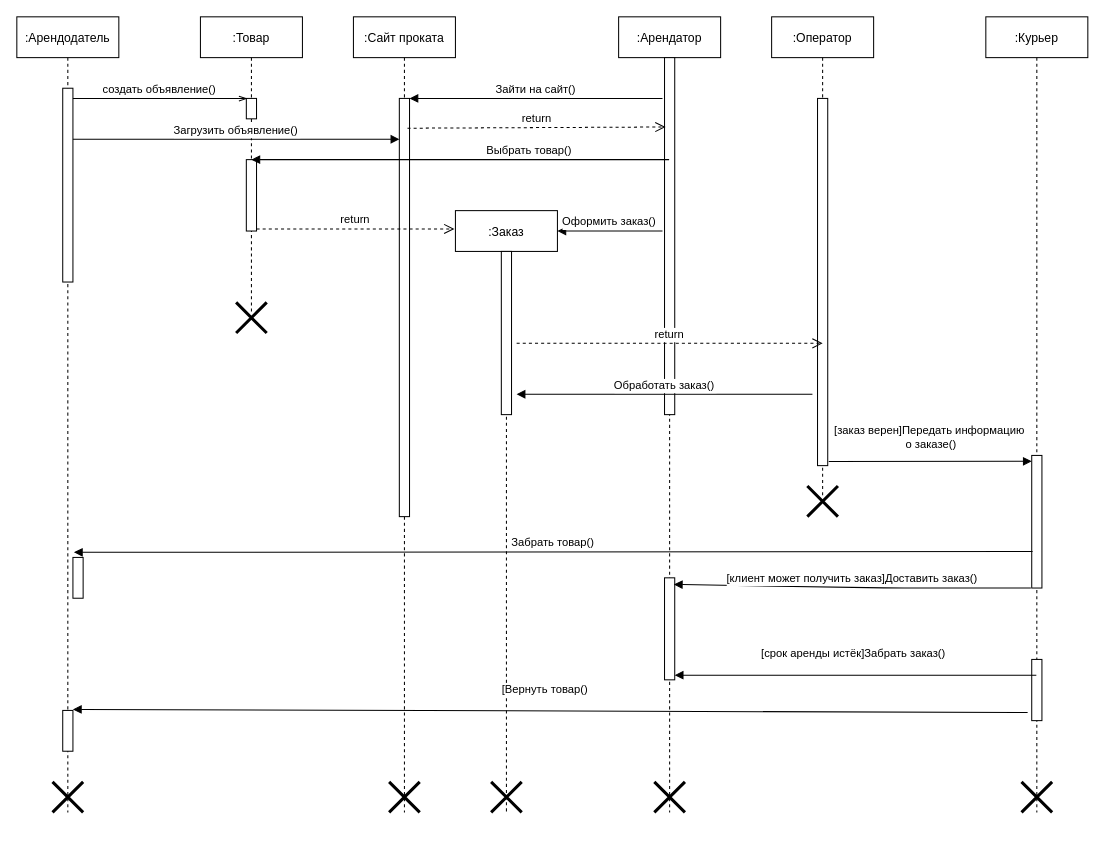
Above: Lab5/Lab5.drawio in BozrikovDanila/ModelingOfProcessesAndSystems (draw.io), before the change. Source tidied: cells renumbered, new cells numbered last; positions are measured from the earlier drawing's top-left corner, leaving out a move shared by most shapes. Both pictures are drawn from the tidied source at 102%, with x=0, y=0 at pixel (16, 16).
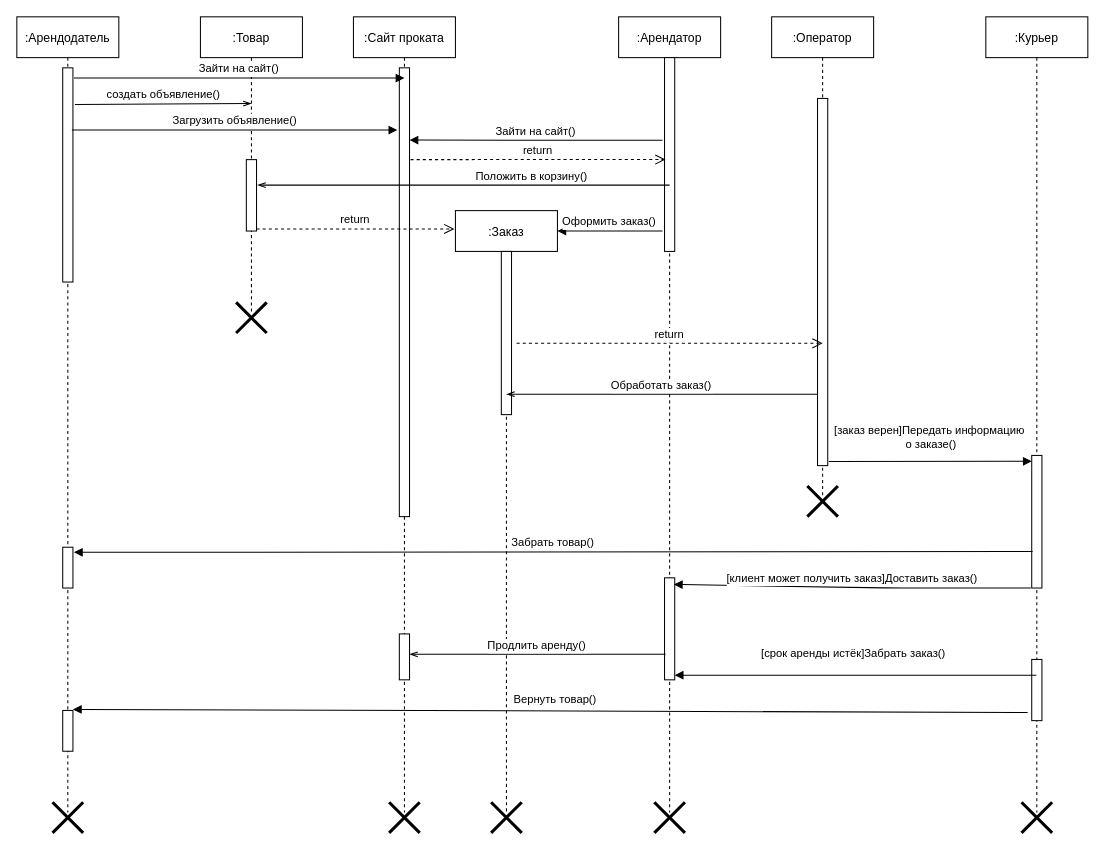
The same diagram, later.

Unchanged cells that the change refers to:
```xml
<mxCell id="2" value=":Арендодатель" style="shape=umlLifeline;perimeter=lifelinePerimeter;rounded=0;shadow=0;strokeWidth=1;" parent="1" vertex="1">
  <mxGeometry width="100" height="780" as="geometry" />
</mxCell>
<mxCell id="9" value=":Арендатор" style="shape=umlLifeline;perimeter=lifelinePerimeter;rounded=0;shadow=0;strokeWidth=1;" parent="1" vertex="1">
  <mxGeometry x="590" width="100" height="780" as="geometry" />
</mxCell>
<mxCell id="18" value=":Сайт проката" style="shape=umlLifeline;perimeter=lifelinePerimeter;rounded=0;shadow=0;strokeWidth=1;" parent="1" vertex="1">
  <mxGeometry x="330" width="100" height="780" as="geometry" />
</mxCell>
<mxCell id="22" style="points=[];perimeter=orthogonalPerimeter;rounded=0;shadow=0;strokeWidth=1;" parent="1" vertex="1">
  <mxGeometry x="225" y="140" width="10" height="70" as="geometry" />
</mxCell>
<mxCell id="31" style="points=[];perimeter=orthogonalPerimeter;rounded=0;shadow=0;strokeWidth=1;" parent="1" vertex="1">
  <mxGeometry x="45" y="680" width="10" height="40" as="geometry" />
</mxCell>
<mxCell id="32" style="points=[];perimeter=orthogonalPerimeter;rounded=0;shadow=0;strokeWidth=1;" parent="1" vertex="1">
  <mxGeometry x="635" y="550" width="10" height="100" as="geometry" />
</mxCell>
<mxCell id="34" style="points=[];perimeter=orthogonalPerimeter;rounded=0;shadow=0;strokeWidth=1;" parent="1" vertex="1">
  <mxGeometry x="995" y="630" width="10" height="60" as="geometry" />
</mxCell>
```

Change to the diagram source:
```diff
@@
     <mxCell id="3" style="points=[];perimeter=orthogonalPerimeter;rounded=0;shadow=0;strokeWidth=1;" parent="2" vertex="1">
-      <mxGeometry x="45" y="70" width="10" height="190" as="geometry" />
+      <mxGeometry x="45" y="50" width="10" height="210" as="geometry" />
     </mxCell>
     <mxCell id="4" style="shape=umlDestroy;whiteSpace=wrap;html=1;strokeWidth=3;" parent="2" vertex="1">
-      <mxGeometry x="35" y="750" width="30" height="30" as="geometry" />
+      <mxGeometry x="35" y="770" width="30" height="30" as="geometry" />
     </mxCell>
@@
-    <mxCell id="7" value="создать объявление()" style="verticalAlign=bottom;endArrow=openThin;shadow=0;strokeWidth=1;endFill=0;entryX=0.083;entryY=0.009;entryDx=0;entryDy=0;entryPerimeter=0;" parent="1" edge="1" source="3" target="8">
-      <mxGeometry relative="1" as="geometry" />
+    <mxCell id="7" value="создать объявление()" style="verticalAlign=bottom;endArrow=openThin;shadow=0;strokeWidth=1;endFill=0;exitX=1.2;exitY=0.171;exitDx=0;exitDy=0;exitPerimeter=0;" parent="1" edge="1" source="3">
+      <mxGeometry relative="1" as="geometry">
+        <mxPoint x="230" y="85" as="targetPoint" />
+      </mxGeometry>
     </mxCell>
-    <mxCell id="8" style="points=[];perimeter=orthogonalPerimeter;rounded=0;shadow=0;strokeWidth=1;" parent="1" vertex="1">
-      <mxGeometry x="225" y="80" width="10" height="20" as="geometry" />
-    </mxCell>
@@
     <mxCell id="10" style="points=[];perimeter=orthogonalPerimeter;rounded=0;shadow=0;strokeWidth=1;" parent="9" vertex="1">
-      <mxGeometry x="45" y="40" width="10" height="350" as="geometry" />
+      <mxGeometry x="45" y="40" width="10" height="190" as="geometry" />
     </mxCell>
@@
     <mxCell id="19" style="points=[];perimeter=orthogonalPerimeter;rounded=0;shadow=0;strokeWidth=1;" parent="18" vertex="1">
-      <mxGeometry x="45" y="80" width="10" height="410" as="geometry" />
+      <mxGeometry x="45" y="50" width="10" height="440" as="geometry" />
     </mxCell>
-    <mxCell id="20" value="Загрузить объявление()" style="verticalAlign=bottom;endArrow=block;shadow=0;strokeWidth=1;" parent="1" edge="1" source="3" target="19">
+    <mxCell id="20" value="Загрузить объявление()" style="verticalAlign=bottom;endArrow=block;shadow=0;strokeWidth=1;exitX=0.9;exitY=0.29;exitDx=0;exitDy=0;exitPerimeter=0;" parent="1" edge="1" source="3">
       <mxGeometry relative="1" as="geometry">
-        <Array as="points">
-          <mxPoint x="215" y="120" />
-        </Array>
+        <mxPoint x="373" y="111" as="targetPoint" />
       </mxGeometry>
     </mxCell>
-    <mxCell id="21" value="Зайти на сайт()" style="verticalAlign=bottom;endArrow=block;shadow=0;strokeWidth=1;" parent="1" edge="1" target="19">
+    <mxCell id="21" value="Зайти на сайт()" style="verticalAlign=bottom;endArrow=block;shadow=0;strokeWidth=1;endFill=1;entryX=1;entryY=0.161;entryDx=0;entryDy=0;entryPerimeter=0;" parent="1" edge="1" target="19">
       <mxGeometry relative="1" as="geometry">
-        <mxPoint x="633" y="80" as="sourcePoint" />
+        <mxPoint x="633" y="121" as="sourcePoint" />
       </mxGeometry>
     </mxCell>
@@
-    <mxCell id="23" value="Выбрать товар()" style="verticalAlign=bottom;endArrow=block;shadow=0;strokeWidth=1;" parent="1" edge="1" source="9">
+    <mxCell id="23" value="Положить в корзину()" style="verticalAlign=bottom;endArrow=openThin;shadow=0;strokeWidth=1;endFill=0;entryX=1.1;entryY=0.357;entryDx=0;entryDy=0;entryPerimeter=0;" parent="1" edge="1" target="22">
       <mxGeometry x="-0.33" relative="1" as="geometry">
-        <mxPoint x="230" y="140" as="targetPoint" />
+        <mxPoint x="640" y="165" as="sourcePoint" />
       </mxGeometry>
     </mxCell>
@@
-    <mxCell id="27" value="Обработать заказ()" style="verticalAlign=bottom;endArrow=block;shadow=0;strokeWidth=1;" parent="1" edge="1">
+    <mxCell id="27" value="Обработать заказ()" style="verticalAlign=bottom;endArrow=openThin;shadow=0;strokeWidth=1;endFill=0;" parent="1" edge="1">
       <mxGeometry relative="1" as="geometry">
-        <mxPoint x="780" y="370" as="sourcePoint" />
-        <mxPoint x="490" y="370" as="targetPoint" />
+        <mxPoint x="785" y="370" as="sourcePoint" />
+        <mxPoint x="480" y="370" as="targetPoint" />
         <Array as="points">
           <mxPoint x="700" y="370" />
         </Array>
       </mxGeometry>
     </mxCell>
@@
-    <mxCell id="29" value="return" style="verticalAlign=bottom;endArrow=open;dashed=1;endSize=8;shadow=0;strokeWidth=1;" parent="1" edge="1">
+    <mxCell id="29" value="return" style="verticalAlign=bottom;endArrow=open;dashed=1;endSize=8;shadow=0;strokeWidth=1;entryX=0.1;entryY=0.526;entryDx=0;entryDy=0;entryPerimeter=0;" parent="1" edge="1" target="10">
       <mxGeometry relative="1" as="geometry">
-        <mxPoint x="383" y="109.2" as="sourcePoint" />
-        <mxPoint x="636" y="108" as="targetPoint" />
+        <mxPoint x="386" y="140" as="sourcePoint" />
       </mxGeometry>
     </mxCell>
@@
-    <mxCell id="36" value="[Вернуть товар()" style="verticalAlign=bottom;endArrow=block;shadow=0;strokeWidth=1;exitX=-0.4;exitY=0.867;exitDx=0;exitDy=0;exitPerimeter=0;entryX=1;entryY=-0.025;entryDx=0;entryDy=0;entryPerimeter=0;" parent="1" edge="1" source="34" target="31">
-      <mxGeometry x="0.01" y="-12" relative="1" as="geometry" />
+    <mxCell id="36" value="Вернуть товар()" style="verticalAlign=bottom;endArrow=block;shadow=0;strokeWidth=1;exitX=-0.4;exitY=0.867;exitDx=0;exitDy=0;exitPerimeter=0;entryX=1;entryY=-0.025;entryDx=0;entryDy=0;entryPerimeter=0;" parent="1" edge="1" source="34" target="31">
+      <mxGeometry x="-0.01" y="-2" relative="1" as="geometry" />
     </mxCell>
     <mxCell id="37" style="perimeter=orthogonalPerimeter;rounded=0;shadow=0;strokeWidth=1;" parent="1" vertex="1">
-      <mxGeometry x="55" y="530" width="10" height="40" as="geometry" />
+      <mxGeometry x="45" y="520" width="10" height="40" as="geometry" />
     </mxCell>
     <mxCell id="38" style="shape=umlDestroy;whiteSpace=wrap;html=1;strokeWidth=3;" parent="1" vertex="1">
-      <mxGeometry x="365" y="750" width="30" height="30" as="geometry" />
+      <mxGeometry x="365" y="770" width="30" height="30" as="geometry" />
     </mxCell>
     <mxCell id="39" style="shape=umlDestroy;whiteSpace=wrap;html=1;strokeWidth=3;" parent="1" vertex="1">
-      <mxGeometry x="465" y="750" width="30" height="30" as="geometry" />
+      <mxGeometry x="465" y="770" width="30" height="30" as="geometry" />
     </mxCell>
     <mxCell id="40" style="shape=umlDestroy;whiteSpace=wrap;html=1;strokeWidth=3;" parent="1" vertex="1">
-      <mxGeometry x="625" y="750" width="30" height="30" as="geometry" />
+      <mxGeometry x="625" y="770" width="30" height="30" as="geometry" />
     </mxCell>
     <mxCell id="41" style="shape=umlDestroy;whiteSpace=wrap;html=1;strokeWidth=3;" parent="1" vertex="1">
-      <mxGeometry x="985" y="750" width="30" height="30" as="geometry" />
+      <mxGeometry x="985" y="770" width="30" height="30" as="geometry" />
     </mxCell>
+    <mxCell id="42" style="perimeter=orthogonalPerimeter;rounded=0;shadow=0;strokeWidth=1;" parent="1" vertex="1">
+      <mxGeometry x="375" y="605" width="10" height="45" as="geometry" />
+    </mxCell>
+    <mxCell id="43" value="Продлить аренду()" style="verticalAlign=bottom;endArrow=openThin;shadow=0;strokeWidth=1;exitX=0.1;exitY=0.75;exitDx=0;exitDy=0;exitPerimeter=0;endFill=0;" parent="1" edge="1" source="32">
+      <mxGeometry relative="1" as="geometry">
+        <mxPoint x="385" y="625" as="targetPoint" />
+        <Array as="points">
+          <mxPoint x="550" y="625" />
+        </Array>
+      </mxGeometry>
+    </mxCell>
+    <mxCell id="44" value="Зайти на сайт()" style="verticalAlign=bottom;endArrow=block;shadow=0;strokeWidth=1;endFill=1;" parent="1" edge="1">
+      <mxGeometry relative="1" as="geometry">
+        <mxPoint x="56" y="60" as="sourcePoint" />
+        <mxPoint x="380" y="60" as="targetPoint" />
+      </mxGeometry>
+    </mxCell>
```
